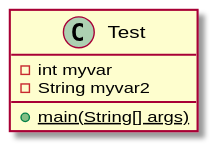
Above: docs/uml/test.svg in andrewdimmer/csi-3370-software-project-config-test (PlantUML), before the change.
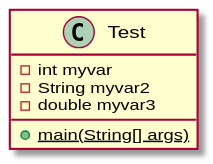
After the change.

The edit, as a diff of the source:
```diff
@@ -3,6 +3,7 @@
 class Test {
     - int myvar
     - String myvar2
+    - double myvar3
     {static} + main(String[] args)
 }
 
```
